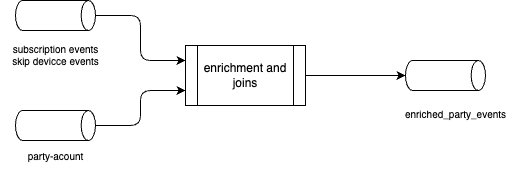
Earlier version of the draw.io export code/flink-sql/04-2-self-joins/docs/pipe.drawio.png (jbcodeforce/flink-studies). Source tidied: cells renumbered, new cells last; positions are measured from the earlier drawing's top-left corner, leaving out a move shared by most shapes.
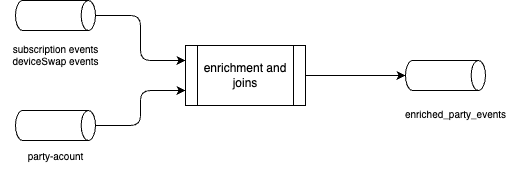
The same file after the commit.

Commit message:
update readme for 3 way self join

What changed in the source:
```diff
@@ -8,7 +8,7 @@
     <mxCell id="3" style="shape=cylinder3;whiteSpace=wrap;html=1;boundedLbl=1;backgroundOutline=1;size=7.165374755859375;direction=south;" parent="1" vertex="1">
       <mxGeometry x="15" width="80" height="30" as="geometry" />
     </mxCell>
-    <mxCell id="4" value="subscription events&lt;div&gt;skip devicce events&lt;/div&gt;&lt;div&gt;&lt;br&gt;&lt;/div&gt;" style="text;html=1;align=center;verticalAlign=middle;strokeColor=none;fillColor=none;fontSize=10;" parent="1" vertex="1">
+    <mxCell id="4" value="subscription events&lt;div&gt;deviceSwap events&lt;/div&gt;&lt;div&gt;&lt;br&gt;&lt;/div&gt;" style="text;html=1;align=center;verticalAlign=middle;strokeColor=none;fillColor=none;fontSize=10;" parent="1" vertex="1">
       <mxGeometry y="35" width="110" height="50" as="geometry" />
     </mxCell>
     <mxCell id="5" style="edgeStyle=orthogonalEdgeStyle;html=1;entryX=0;entryY=0.75;entryDx=0;entryDy=0;" parent="1" edge="1" source="6" target="8">
```
